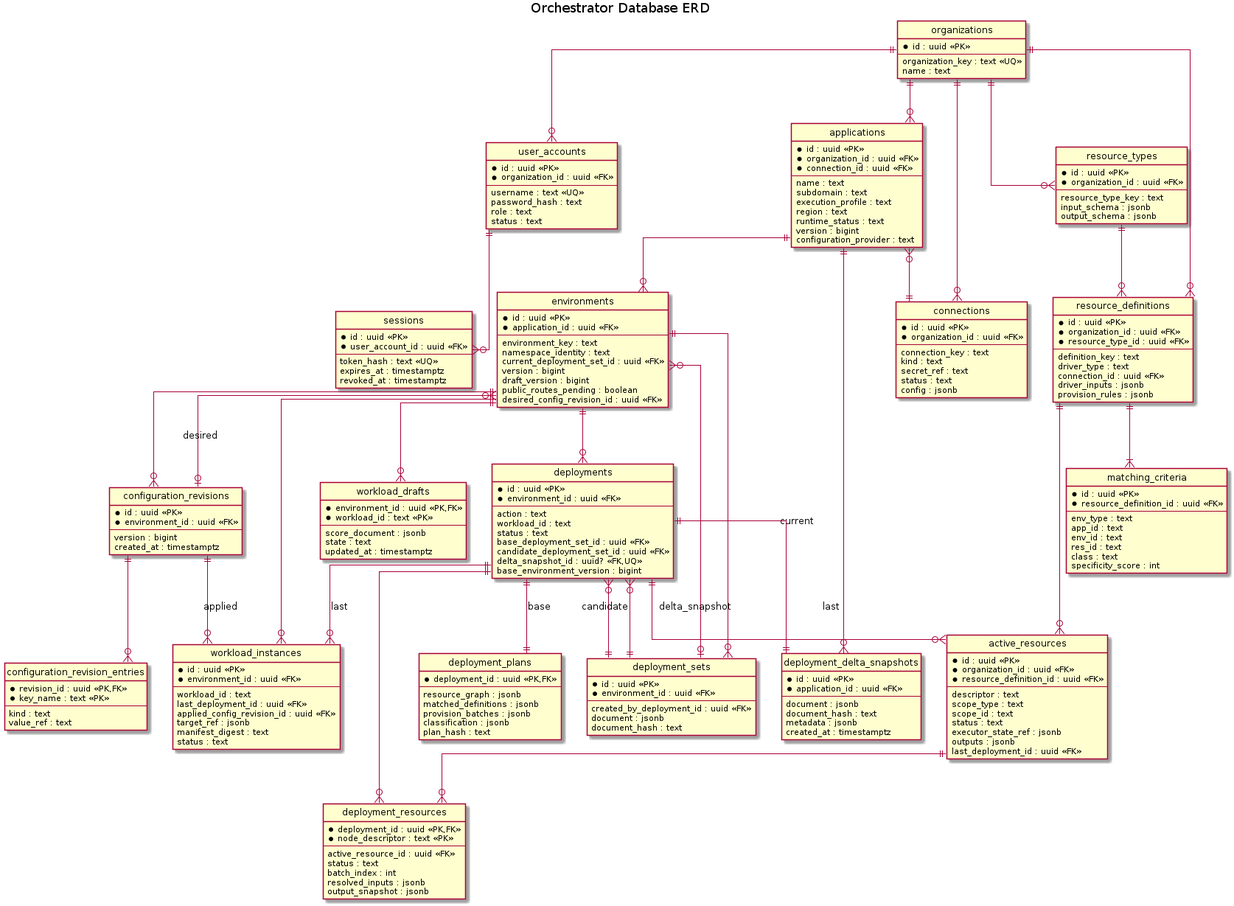
pr3s3nt/poc keeps this PlantUML diagram as orchestrator_docs/architecture/database/erd.png. Above is the earlier version. Its source is kept beside it as orchestrator_docs/architecture/database/erd.puml.
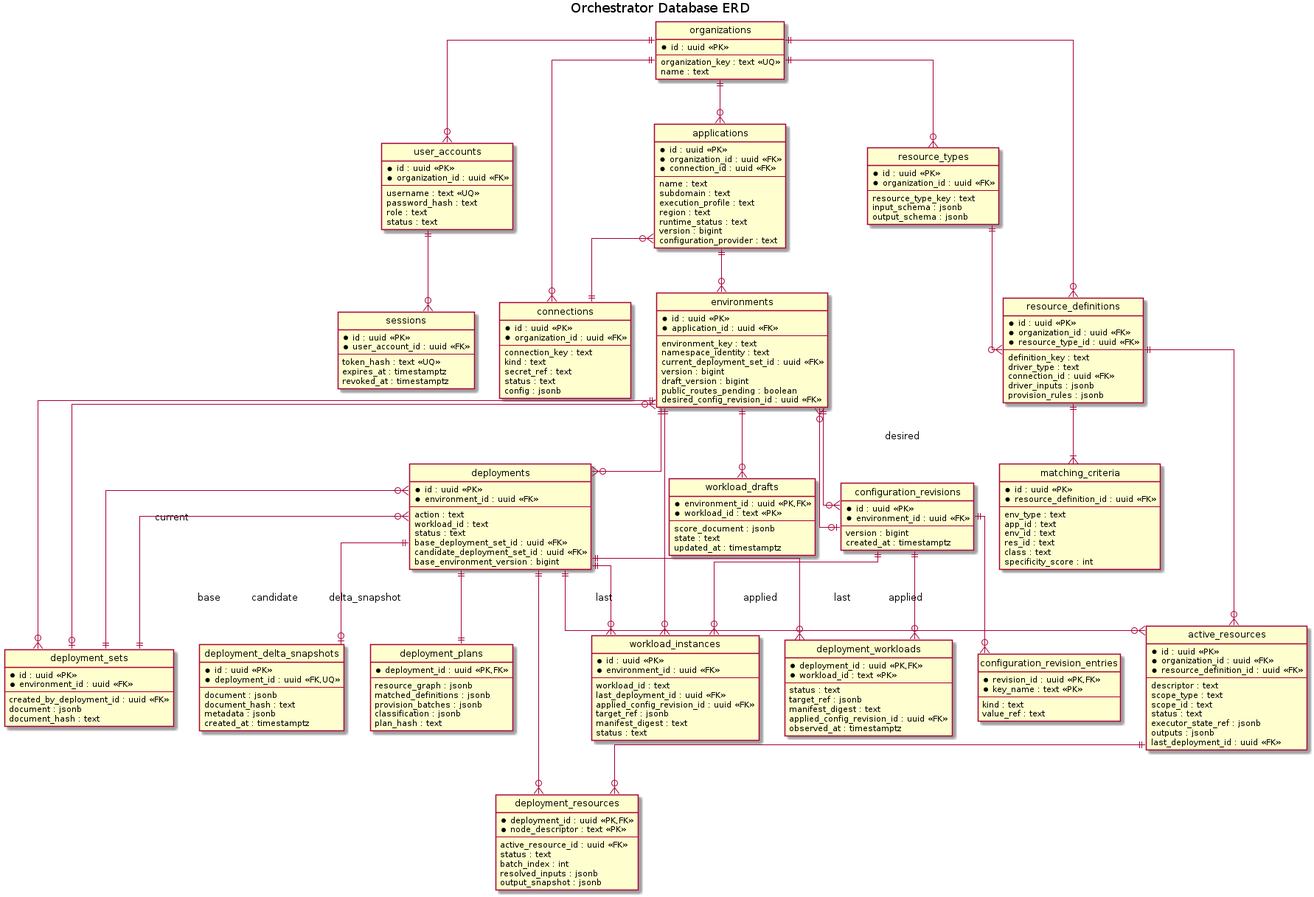
The same file after the commit.

The edit, as a diff of the source:
```diff
@@ -123,7 +123,7 @@
 }
 entity deployment_delta_snapshots {
   * id : uuid <<PK>>
-  * application_id : uuid <<FK>>
+  * deployment_id : uuid <<FK,UQ>>
   --
   document : jsonb
   document_hash : text
@@ -139,7 +139,6 @@
   status : text
   base_deployment_set_id : uuid <<FK>>
   candidate_deployment_set_id : uuid <<FK>>
-  delta_snapshot_id : uuid? <<FK,UQ>>
   base_environment_version : bigint
 }
 entity deployment_plans {
@@ -185,6 +184,16 @@
   manifest_digest : text
   status : text
 }
+entity deployment_workloads {
+  * deployment_id : uuid <<PK,FK>>
+  * workload_id : text <<PK>>
+  --
+  status : text
+  target_ref : jsonb
+  manifest_digest : text
+  applied_config_revision_id : uuid <<FK>>
+  observed_at : timestamptz
+}
 
 organizations ||--o{ connections
 organizations ||--o{ user_accounts
@@ -194,7 +203,6 @@
 organizations ||--o{ resource_definitions
 applications }o--|| connections
 applications ||--o{ environments
-applications ||--o{ deployment_delta_snapshots
 environments ||--o{ deployment_sets
 environments ||--o{ deployments
 environments ||--o{ workload_instances
@@ -203,14 +211,16 @@
 environments }o--o| configuration_revisions : desired
 configuration_revisions ||--o{ configuration_revision_entries
 configuration_revisions ||--o{ workload_instances : applied
+configuration_revisions ||--o{ deployment_workloads : applied
 environments }o--o| deployment_sets : current
 resource_types ||--o{ resource_definitions
 resource_definitions ||--|{ matching_criteria
 deployments ||--|| deployment_plans
 deployments }o--|| deployment_sets : base
 deployments }o--|| deployment_sets : candidate
-deployments ||--|| deployment_delta_snapshots : delta_snapshot
+deployments ||--o| deployment_delta_snapshots : delta_snapshot
 deployments ||--o{ deployment_resources
+deployments ||--o{ deployment_workloads
 resource_definitions ||--o{ active_resources
 active_resources ||--o{ deployment_resources
 deployments ||--o{ active_resources : last
```
